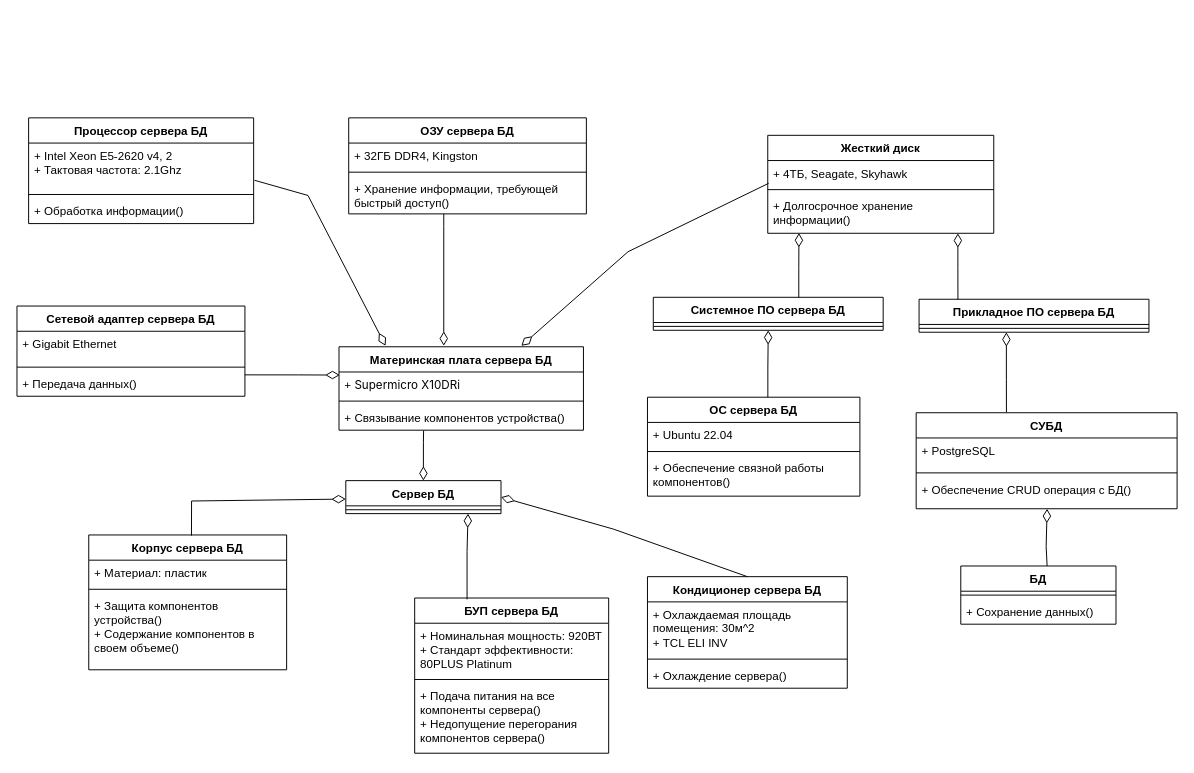
Before: Определение проекта АИС "Сервер БД".drawio in hiff0/db-city-council, a draw.io diagram. Source tidied: cells renumbered, new cells numbered last; positions are measured from the earlier drawing's top-left corner, leaving out a move shared by most shapes. Both pictures are drawn from the tidied source at 97%, with x=0, y=0 at pixel (16, 117).
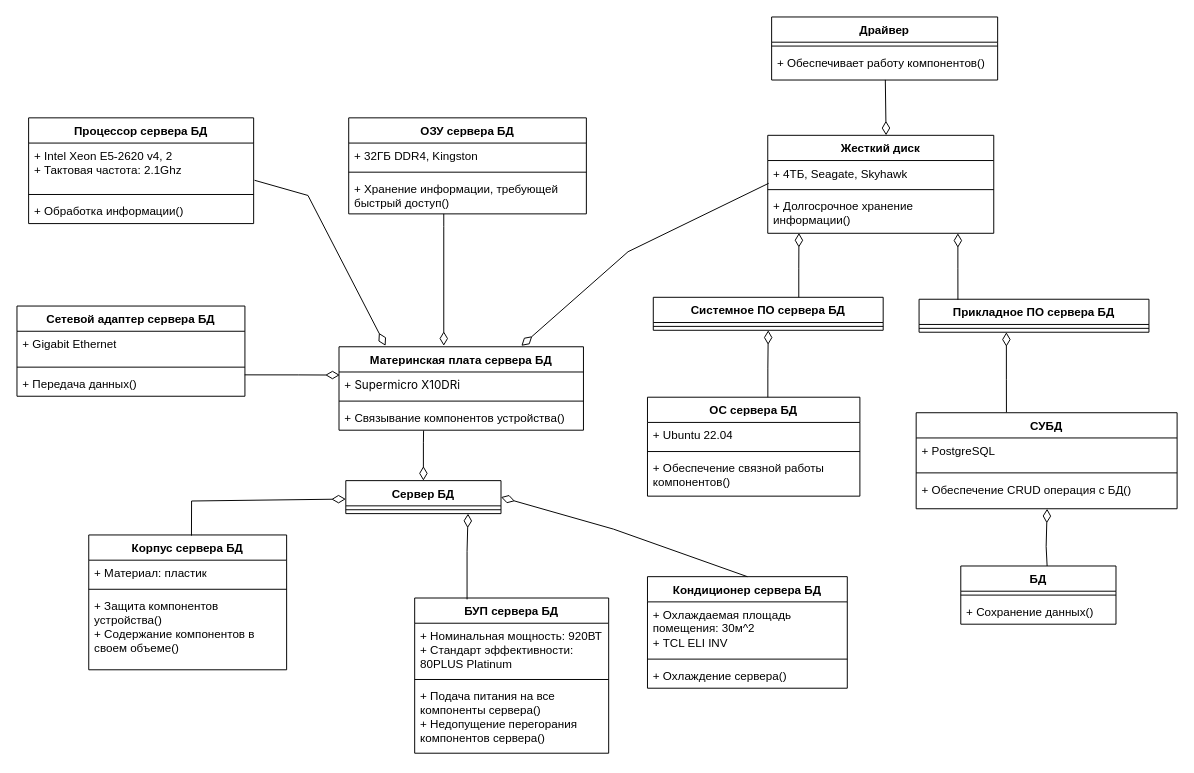
After the change.

Change to the diagram source:
```diff
@@
+    <mxCell id="64" value="Драйвер" style="swimlane;fontStyle=1;align=center;verticalAlign=top;horizontal=1;startSize=26;whiteSpace=wrap;html=1;" parent="1" vertex="1">
+      <mxGeometry x="778" y="-104" width="233" height="65" as="geometry" />
+    </mxCell>
+    <mxCell id="65" style="line;strokeWidth=1;fillColor=none;align=left;verticalAlign=middle;spacingTop=-1;spacingLeft=3;spacingRight=3;labelPosition=right;strokeColor=inherit;" parent="64" vertex="1">
+      <mxGeometry y="26" width="233" height="8" as="geometry" />
+    </mxCell>
+    <mxCell id="66" value="+ Обеспечивает работу компонентов()" style="text;strokeColor=none;fillColor=none;align=left;verticalAlign=top;spacingLeft=4;spacingRight=4;overflow=hidden;points=[[0,0.5],[1,0.5]];portConstraint=eastwest;whiteSpace=wrap;html=1;" parent="64" vertex="1">
+      <mxGeometry y="34" width="233" height="31" as="geometry" />
+    </mxCell>
+    <mxCell id="67" style="endArrow=diamondThin;endFill=0;endSize=12;html=1;rounded=0;exitX=0.503;exitY=0.996;exitDx=0;exitDy=0;exitPerimeter=0;" parent="1" edge="1" source="66">
+      <mxGeometry relative="1" as="geometry">
+        <mxPoint x="896" y="18" as="targetPoint" />
+      </mxGeometry>
+    </mxCell>
```
